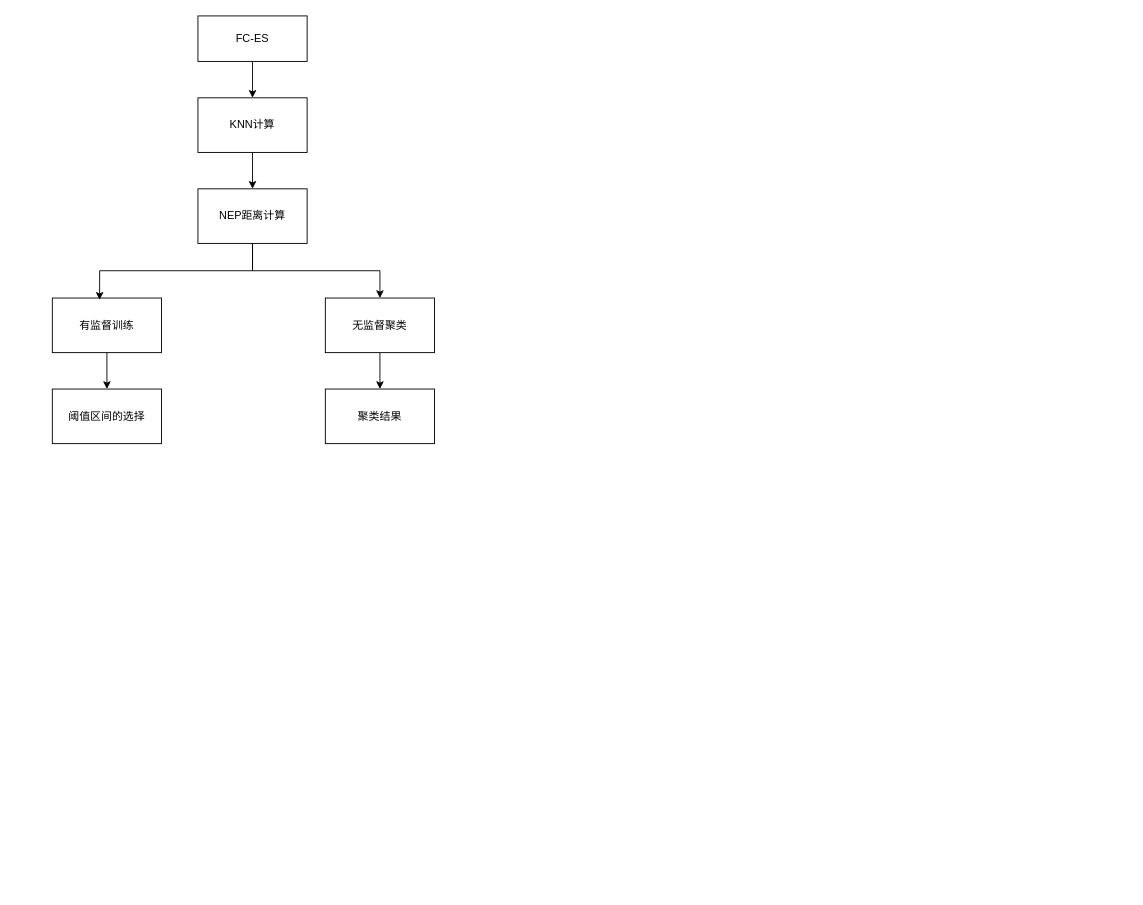
The draw.io diagram FC-ES聚档.drawio in xiazi-yu/triton-server-read, before the edit. Source tidied: cells renumbered, new cells numbered last; positions are measured from the earlier drawing's top-left corner, leaving out a move shared by most shapes. Both pictures are drawn from the tidied source at 91%, with x=0, y=0 at pixel (52, 15).
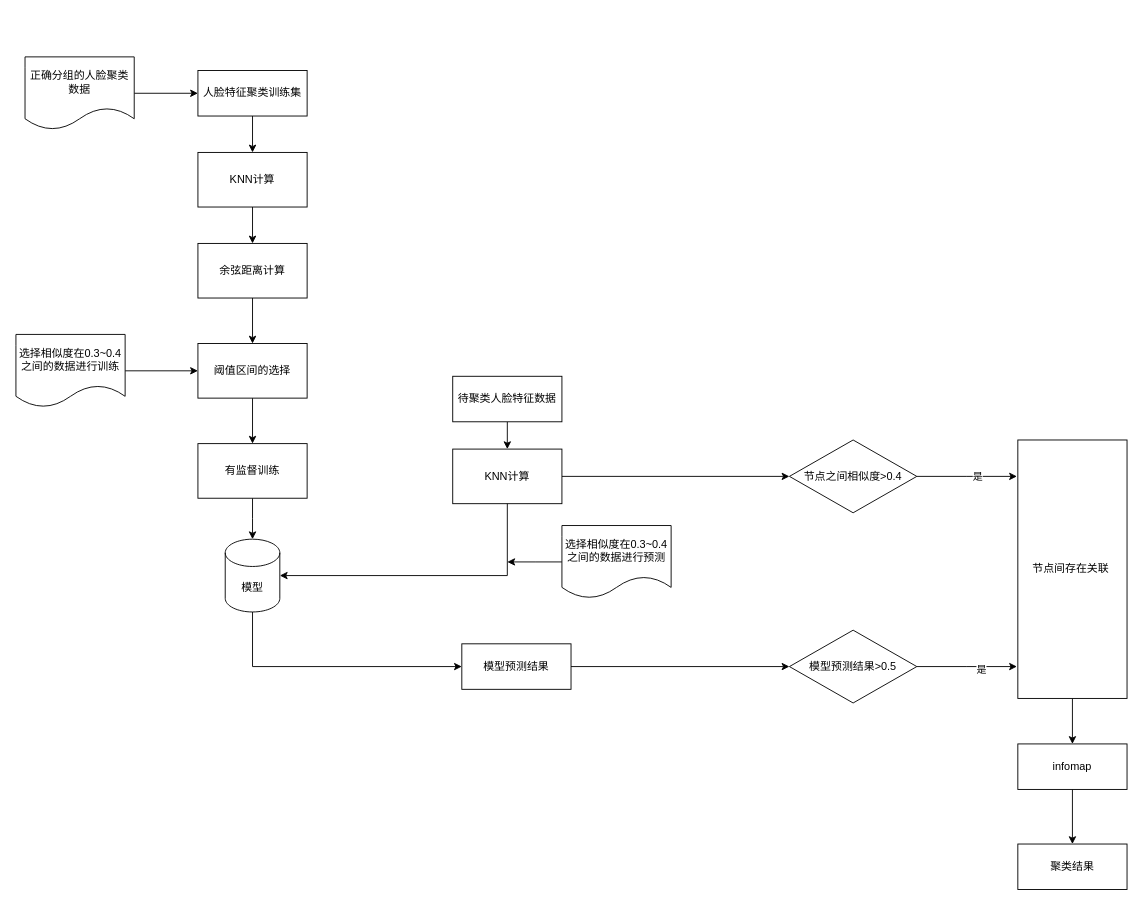
Above is the later version.

Change to the diagram source:
```diff
@@
-    <mxCell id="3" value="FC-ES" style="rounded=0;whiteSpace=wrap;html=1;" parent="1" vertex="1">
-      <mxGeometry x="160" width="120" height="50" as="geometry" />
+    <mxCell id="3" value="人脸特征聚类训练集" style="rounded=0;whiteSpace=wrap;html=1;" parent="1" vertex="1">
+      <mxGeometry x="160" y="60" width="120" height="50" as="geometry" />
     </mxCell>
@@
     <mxCell id="5" value="KNN计算" style="rounded=0;whiteSpace=wrap;html=1;" parent="1" vertex="1">
-      <mxGeometry x="160" y="90" width="120" height="60" as="geometry" />
+      <mxGeometry x="160" y="150" width="120" height="60" as="geometry" />
     </mxCell>
-    <mxCell id="6" style="edgeStyle=orthogonalEdgeStyle;rounded=0;jettySize=auto;html=1;exitX=0.5;exitY=1;exitDx=0;exitDy=0;entryX=0.5;entryY=0;entryDx=0;entryDy=0;" parent="1" edge="1" source="7" target="11">
-      <mxGeometry relative="1" as="geometry" />
-    </mxCell>
+    <mxCell id="15" style="edgeStyle=orthogonalEdgeStyle;rounded=0;jettySize=auto;html=1;exitX=0.5;exitY=1;exitDx=0;exitDy=0;entryX=0.5;entryY=0;entryDx=0;entryDy=0;" parent="1" edge="1" source="7" target="14">
+      <mxGeometry relative="1" as="geometry" />
+    </mxCell>
-    <mxCell id="7" value="NEP距离计算" style="rounded=0;whiteSpace=wrap;html=1;" parent="1" vertex="1">
-      <mxGeometry x="160" y="190" width="120" height="60" as="geometry" />
+    <mxCell id="7" value="余弦距离计算" style="rounded=0;whiteSpace=wrap;html=1;" parent="1" vertex="1">
+      <mxGeometry x="160" y="250" width="120" height="60" as="geometry" />
     </mxCell>
-    <mxCell id="8" style="edgeStyle=orthogonalEdgeStyle;rounded=0;jettySize=auto;html=1;exitX=0.5;exitY=1;exitDx=0;exitDy=0;entryX=0.5;entryY=0;entryDx=0;entryDy=0;" parent="1" edge="1" source="9" target="14">
-      <mxGeometry relative="1" as="geometry" />
-    </mxCell>
+    <mxCell id="16" style="edgeStyle=orthogonalEdgeStyle;rounded=0;jettySize=auto;html=1;exitX=0.5;exitY=1;exitDx=0;exitDy=0;entryX=0.5;entryY=0;entryDx=0;entryDy=0;" parent="1" edge="1" source="9">
+      <mxGeometry relative="1" as="geometry">
+        <mxPoint x="220" y="575" as="targetPoint" />
+      </mxGeometry>
+    </mxCell>
     <mxCell id="9" value="有监督训练" style="rounded=0;whiteSpace=wrap;html=1;" parent="1" vertex="1">
-      <mxGeometry y="310" width="120" height="60" as="geometry" />
+      <mxGeometry x="160" y="470" width="120" height="60" as="geometry" />
     </mxCell>
-    <mxCell id="10" style="edgeStyle=orthogonalEdgeStyle;rounded=0;jettySize=auto;html=1;exitX=0.5;exitY=1;exitDx=0;exitDy=0;entryX=0.5;entryY=0;entryDx=0;entryDy=0;" parent="1" edge="1" source="11" target="13">
-      <mxGeometry relative="1" as="geometry" />
-    </mxCell>
-    <mxCell id="11" value="无监督聚类" style="rounded=0;whiteSpace=wrap;html=1;" parent="1" vertex="1">
-      <mxGeometry x="300" y="310" width="120" height="60" as="geometry" />
-    </mxCell>
-    <mxCell id="12" style="edgeStyle=orthogonalEdgeStyle;rounded=0;jettySize=auto;html=1;exitX=0.5;exitY=1;exitDx=0;exitDy=0;entryX=0.433;entryY=0.033;entryDx=0;entryDy=0;entryPerimeter=0;" parent="1" edge="1" source="7" target="9">
-      <mxGeometry relative="1" as="geometry" />
-    </mxCell>
+    <mxCell id="17" style="edgeStyle=orthogonalEdgeStyle;rounded=0;jettySize=auto;html=1;exitX=0.5;exitY=1;exitDx=0;exitDy=0;entryX=0.5;entryY=0;entryDx=0;entryDy=0;" parent="1" edge="1" source="14" target="9">
+      <mxGeometry relative="1" as="geometry" />
+    </mxCell>
+    <mxCell id="14" value="阈值区间的选择" style="rounded=0;whiteSpace=wrap;html=1;" parent="1" vertex="1">
+      <mxGeometry x="160" y="360" width="120" height="60" as="geometry" />
+    </mxCell>
+    <mxCell id="18" style="edgeStyle=orthogonalEdgeStyle;rounded=0;jettySize=auto;html=1;" parent="1" edge="1" source="19" target="14">
+      <mxGeometry relative="1" as="geometry" />
+    </mxCell>
+    <mxCell id="19" value="选择相似度在0.3~0.4之间的数据进行训练" style="shape=document;whiteSpace=wrap;html=1;boundedLbl=1;" parent="1" vertex="1">
+      <mxGeometry x="-40" y="350" width="120" height="80" as="geometry" />
+    </mxCell>
+    <mxCell id="20" style="edgeStyle=orthogonalEdgeStyle;rounded=0;jettySize=auto;html=1;entryX=0;entryY=0.5;entryDx=0;entryDy=0;" parent="1" edge="1" source="21" target="3">
+      <mxGeometry relative="1" as="geometry" />
+    </mxCell>
+    <mxCell id="21" value="正确分组的人脸聚类数据" style="shape=document;whiteSpace=wrap;html=1;boundedLbl=1;" parent="1" vertex="1">
+      <mxGeometry x="-30" y="45" width="120" height="80" as="geometry" />
+    </mxCell>
+    <mxCell id="22" style="edgeStyle=orthogonalEdgeStyle;rounded=0;jettySize=auto;html=1;exitX=0.5;exitY=1;exitDx=0;exitDy=0;entryX=0.5;entryY=0;entryDx=0;entryDy=0;" parent="1" edge="1" source="23" target="27">
+      <mxGeometry relative="1" as="geometry" />
+    </mxCell>
+    <mxCell id="23" value="待聚类人脸特征数据" style="rounded=0;whiteSpace=wrap;html=1;" parent="1" vertex="1">
+      <mxGeometry x="440" y="396" width="120" height="50" as="geometry" />
+    </mxCell>
+    <mxCell id="24" style="edgeStyle=orthogonalEdgeStyle;rounded=0;jettySize=auto;html=1;exitX=0.5;exitY=1;exitDx=0;exitDy=0;exitPerimeter=0;entryX=0;entryY=0.5;entryDx=0;entryDy=0;" parent="1" edge="1" source="25" target="32">
+      <mxGeometry relative="1" as="geometry" />
+    </mxCell>
+    <mxCell id="25" value="模型" style="shape=cylinder3;whiteSpace=wrap;html=1;boundedLbl=1;backgroundOutline=1;size=15;" parent="1" vertex="1">
+      <mxGeometry x="190" y="575" width="60" height="80" as="geometry" />
+    </mxCell>
+    <mxCell id="26" style="edgeStyle=orthogonalEdgeStyle;rounded=0;jettySize=auto;html=1;exitX=1;exitY=0.5;exitDx=0;exitDy=0;entryX=0;entryY=0.5;entryDx=0;entryDy=0;" parent="1" edge="1" source="27" target="35">
+      <mxGeometry relative="1" as="geometry" />
+    </mxCell>
+    <mxCell id="27" value="KNN计算" style="rounded=0;whiteSpace=wrap;html=1;" parent="1" vertex="1">
+      <mxGeometry x="440" y="476" width="120" height="60" as="geometry" />
+    </mxCell>
+    <mxCell id="28" style="edgeStyle=orthogonalEdgeStyle;rounded=0;jettySize=auto;html=1;exitX=0.5;exitY=1;exitDx=0;exitDy=0;entryX=1;entryY=0.5;entryDx=0;entryDy=0;entryPerimeter=0;" parent="1" edge="1" source="27" target="25">
+      <mxGeometry relative="1" as="geometry" />
+    </mxCell>
+    <mxCell id="29" style="edgeStyle=orthogonalEdgeStyle;rounded=0;jettySize=auto;html=1;" parent="1" edge="1" source="30">
+      <mxGeometry relative="1" as="geometry">
+        <mxPoint x="500" y="600" as="targetPoint" />
+      </mxGeometry>
+    </mxCell>
+    <mxCell id="30" value="选择相似度在0.3~0.4之间的数据进行预测" style="shape=document;whiteSpace=wrap;html=1;boundedLbl=1;" parent="1" vertex="1">
+      <mxGeometry x="560" y="560" width="120" height="80" as="geometry" />
+    </mxCell>
+    <mxCell id="31" style="edgeStyle=orthogonalEdgeStyle;rounded=0;jettySize=auto;html=1;entryX=0;entryY=0.5;entryDx=0;entryDy=0;" parent="1" edge="1" source="32" target="38">
+      <mxGeometry relative="1" as="geometry" />
+    </mxCell>
+    <mxCell id="32" value="模型预测结果" style="rounded=0;whiteSpace=wrap;html=1;" parent="1" vertex="1">
+      <mxGeometry x="450" y="690" width="120" height="50" as="geometry" />
+    </mxCell>
+    <mxCell id="33" style="edgeStyle=orthogonalEdgeStyle;rounded=0;jettySize=auto;html=1;" parent="1" edge="1" source="35">
+      <mxGeometry relative="1" as="geometry">
+        <mxPoint x="1060" y="506" as="targetPoint" />
+      </mxGeometry>
+    </mxCell>
+    <mxCell id="34" value="是" style="edgeLabel;html=1;align=center;verticalAlign=middle;" parent="33" vertex="1">
+      <mxGeometry x="0.22" y="1" relative="1" as="geometry" />
+    </mxCell>
+    <mxCell id="35" value="节点之间相似度&amp;gt;0.4" style="rhombus;whiteSpace=wrap;html=1;" parent="1" vertex="1">
+      <mxGeometry x="810" y="466" width="140" height="80" as="geometry" />
+    </mxCell>
+    <mxCell id="36" style="edgeStyle=orthogonalEdgeStyle;rounded=0;jettySize=auto;html=1;exitX=1;exitY=0.5;exitDx=0;exitDy=0;" parent="1" edge="1" source="38">
+      <mxGeometry relative="1" as="geometry">
+        <mxPoint x="1060" y="715" as="targetPoint" />
+      </mxGeometry>
+    </mxCell>
+    <mxCell id="37" value="是" style="edgeLabel;html=1;align=center;verticalAlign=middle;" parent="36" vertex="1">
+      <mxGeometry x="0.28" y="-3" relative="1" as="geometry" />
+    </mxCell>
+    <mxCell id="38" value="模型预测结果&amp;gt;0.5" style="rhombus;whiteSpace=wrap;html=1;" parent="1" vertex="1">
+      <mxGeometry x="810" y="675" width="140" height="80" as="geometry" />
+    </mxCell>
+    <mxCell id="39" style="edgeStyle=orthogonalEdgeStyle;rounded=0;jettySize=auto;html=1;exitX=0.5;exitY=1;exitDx=0;exitDy=0;entryX=0.5;entryY=0;entryDx=0;entryDy=0;" parent="1" edge="1" source="40" target="42">
+      <mxGeometry relative="1" as="geometry" />
+    </mxCell>
+    <mxCell id="40" value="节点间存在关联&amp;nbsp;" style="rounded=0;whiteSpace=wrap;html=1;" parent="1" vertex="1">
+      <mxGeometry x="1061" y="466" width="120" height="284" as="geometry" />
+    </mxCell>
+    <mxCell id="41" style="edgeStyle=orthogonalEdgeStyle;rounded=0;jettySize=auto;html=1;exitX=0.5;exitY=1;exitDx=0;exitDy=0;entryX=0.5;entryY=0;entryDx=0;entryDy=0;" parent="1" edge="1" source="42" target="13">
+      <mxGeometry relative="1" as="geometry" />
+    </mxCell>
+    <mxCell id="42" value="infomap" style="rounded=0;whiteSpace=wrap;html=1;" parent="1" vertex="1">
+      <mxGeometry x="1061" y="800" width="120" height="50" as="geometry" />
+    </mxCell>
     <mxCell id="13" value="聚类结果" style="rounded=0;whiteSpace=wrap;html=1;" parent="1" vertex="1">
-      <mxGeometry x="300" y="410" width="120" height="60" as="geometry" />
+      <mxGeometry x="1061" y="910" width="120" height="50" as="geometry" />
     </mxCell>
-    <mxCell id="14" value="阈值区间的选择" style="rounded=0;whiteSpace=wrap;html=1;" parent="1" vertex="1">
-      <mxGeometry y="410" width="120" height="60" as="geometry" />
-    </mxCell>
```
